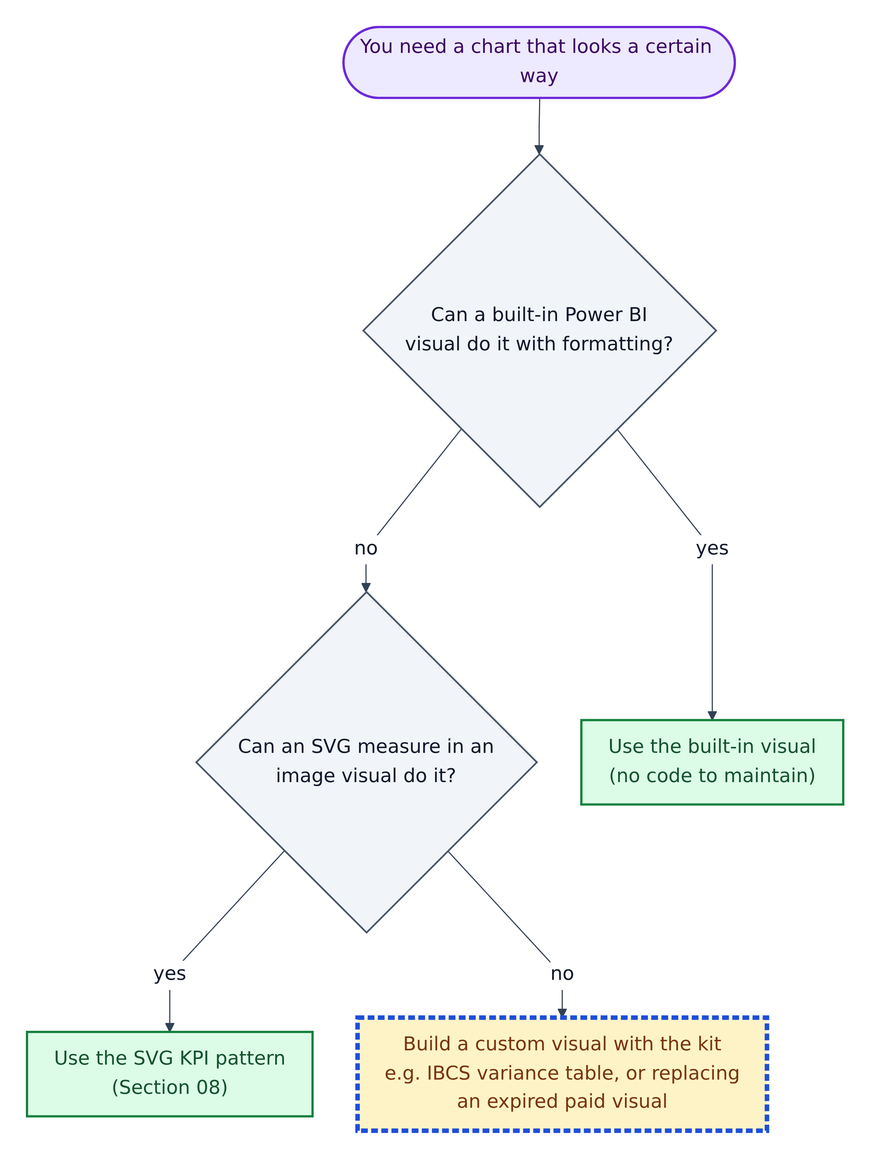
Above: guide/images/12-1-when.png in GibbonGambits/PGE-PBIP-Template (Mermaid), before the change. Its source is kept beside it as guide/images/src/12-1-when.mmd.
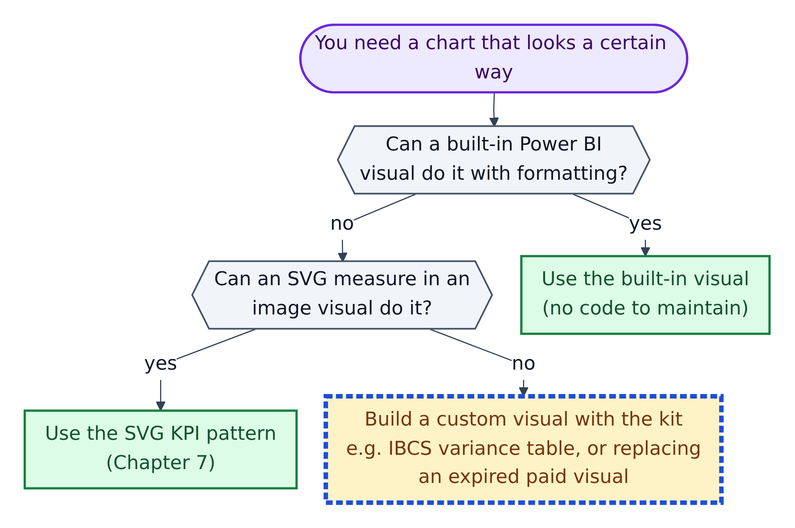
Later version of the same file.

The edit, as a diff of the source:
```diff
@@ -3,7 +3,7 @@
   Q1{"Can a built-in Power BI<br/>visual do it with formatting?"}:::n
   Q2{"Can an SVG measure in an<br/>image visual do it?"}:::n
   A1["Use the built-in visual<br/>(no code to maintain)"]:::g
-  A2["Use the SVG KPI pattern<br/>(Section 08)"]:::g
+  A2["Use the SVG KPI pattern<br/>(Chapter 7)"]:::g
   A3["Build a custom visual with the kit<br/>e.g. IBCS variance table, or replacing<br/>an expired paid visual"]:::aa
   S --> Q1
   Q1 -- "yes" --> A1
```
